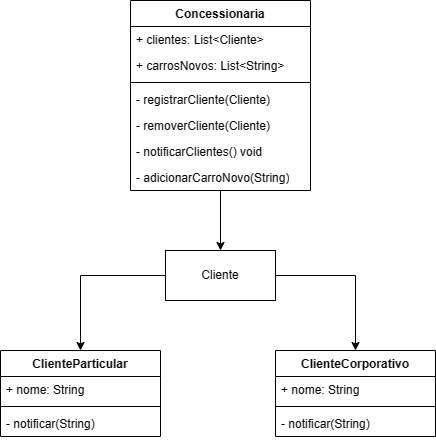
MurilowJr/bertoti keeps this draw.io diagram as padroes-de-projetos/Observer/UML/Observer_UML.drawio.png. Above is the earlier version. Source tidied: cells renumbered, new cells last; positions are measured from the earlier drawing's top-left corner, leaving out a move shared by most shapes.
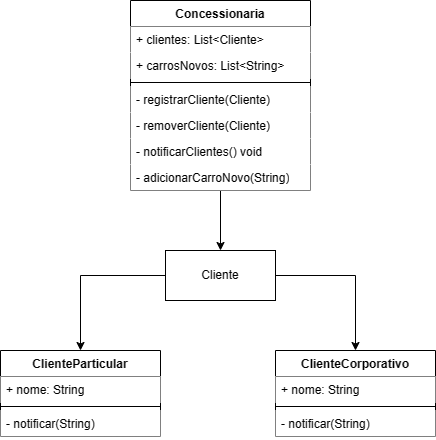
Above is the later version.

Commit message:
Att uml

Change to the diagram source:
```diff
@@ -5,28 +5,28 @@
     <mxCell id="2" style="edgeStyle=orthogonalEdgeStyle;rounded=0;jettySize=auto;html=1;entryX=0.5;entryY=0;entryDx=0;entryDy=0;" parent="1" edge="1" source="3" target="13">
       <mxGeometry relative="1" as="geometry" />
     </mxCell>
-    <mxCell id="3" value="Concessionaria" style="swimlane;fontStyle=1;align=center;verticalAlign=top;horizontal=1;startSize=26;whiteSpace=wrap;html=1;" parent="1" vertex="1">
+    <mxCell id="3" value="Concessionaria" style="swimlane;fontStyle=1;align=center;verticalAlign=top;horizontal=1;startSize=26;whiteSpace=wrap;html=1;fillColor=default;" parent="1" vertex="1">
       <mxGeometry x="130" width="180" height="190" as="geometry" />
     </mxCell>
-    <mxCell id="4" value="+ clientes: List&amp;lt;Cliente&amp;gt;" style="text;strokeColor=none;fillColor=none;align=left;verticalAlign=top;spacingLeft=4;spacingRight=4;overflow=hidden;whiteSpace=wrap;html=1;" parent="3" vertex="1">
+    <mxCell id="4" value="+ clientes: List&amp;lt;Cliente&amp;gt;" style="text;strokeColor=none;fillColor=default;align=left;verticalAlign=top;spacingLeft=4;spacingRight=4;overflow=hidden;whiteSpace=wrap;html=1;" parent="3" vertex="1">
       <mxGeometry y="26" width="180" height="26" as="geometry" />
     </mxCell>
-    <mxCell id="5" value="+ carrosNovos: List&amp;lt;String&amp;gt;" style="text;strokeColor=none;fillColor=none;align=left;verticalAlign=top;spacingLeft=4;spacingRight=4;overflow=hidden;whiteSpace=wrap;html=1;" parent="3" vertex="1">
+    <mxCell id="5" value="+ carrosNovos: List&amp;lt;String&amp;gt;" style="text;strokeColor=none;fillColor=default;align=left;verticalAlign=top;spacingLeft=4;spacingRight=4;overflow=hidden;whiteSpace=wrap;html=1;" parent="3" vertex="1">
       <mxGeometry y="52" width="180" height="26" as="geometry" />
     </mxCell>
-    <mxCell id="6" style="line;strokeWidth=1;fillColor=none;align=left;verticalAlign=middle;spacingTop=-1;spacingLeft=3;spacingRight=3;labelPosition=right;strokeColor=inherit;" parent="3" vertex="1">
+    <mxCell id="6" style="line;strokeWidth=1;fillColor=default;align=left;verticalAlign=middle;spacingTop=-1;spacingLeft=3;spacingRight=3;labelPosition=right;strokeColor=inherit;" parent="3" vertex="1">
       <mxGeometry y="78" width="180" height="8" as="geometry" />
     </mxCell>
-    <mxCell id="7" value="- registrarCliente(Cliente)" style="text;strokeColor=none;fillColor=none;align=left;verticalAlign=top;spacingLeft=4;spacingRight=4;overflow=hidden;whiteSpace=wrap;html=1;" parent="3" vertex="1">
+    <mxCell id="7" value="- registrarCliente(Cliente)" style="text;strokeColor=none;fillColor=default;align=left;verticalAlign=top;spacingLeft=4;spacingRight=4;overflow=hidden;whiteSpace=wrap;html=1;" parent="3" vertex="1">
       <mxGeometry y="86" width="180" height="26" as="geometry" />
     </mxCell>
-    <mxCell id="8" value="- removerCliente(Cliente)" style="text;strokeColor=none;fillColor=none;align=left;verticalAlign=top;spacingLeft=4;spacingRight=4;overflow=hidden;whiteSpace=wrap;html=1;" parent="3" vertex="1">
+    <mxCell id="8" value="- removerCliente(Cliente)" style="text;strokeColor=none;fillColor=default;align=left;verticalAlign=top;spacingLeft=4;spacingRight=4;overflow=hidden;whiteSpace=wrap;html=1;" parent="3" vertex="1">
       <mxGeometry y="112" width="180" height="26" as="geometry" />
     </mxCell>
-    <mxCell id="9" value="- notificarClientes() void" style="text;strokeColor=none;fillColor=none;align=left;verticalAlign=top;spacingLeft=4;spacingRight=4;overflow=hidden;whiteSpace=wrap;html=1;" parent="3" vertex="1">
+    <mxCell id="9" value="- notificarClientes() void" style="text;strokeColor=none;fillColor=default;align=left;verticalAlign=top;spacingLeft=4;spacingRight=4;overflow=hidden;whiteSpace=wrap;html=1;" parent="3" vertex="1">
       <mxGeometry y="138" width="180" height="26" as="geometry" />
     </mxCell>
-    <mxCell id="10" value="- adicionarCarroNovo(String)" style="text;strokeColor=none;fillColor=none;align=left;verticalAlign=top;spacingLeft=4;spacingRight=4;overflow=hidden;whiteSpace=wrap;html=1;" parent="3" vertex="1">
+    <mxCell id="10" value="- adicionarCarroNovo(String)" style="text;strokeColor=none;fillColor=default;align=left;verticalAlign=top;spacingLeft=4;spacingRight=4;overflow=hidden;whiteSpace=wrap;html=1;" parent="3" vertex="1">
       <mxGeometry y="164" width="180" height="26" as="geometry" />
     </mxCell>
     <mxCell id="11" style="edgeStyle=orthogonalEdgeStyle;rounded=0;jettySize=auto;html=1;exitX=0;exitY=0.5;exitDx=0;exitDy=0;entryX=0.5;entryY=0;entryDx=0;entryDy=0;" parent="1" edge="1" source="13" target="14">
@@ -38,28 +38,28 @@
     <mxCell id="13" value="Cliente" style="html=1;whiteSpace=wrap;" parent="1" vertex="1">
       <mxGeometry x="165" y="250" width="110" height="50" as="geometry" />
     </mxCell>
-    <mxCell id="14" value="ClienteParticular" style="swimlane;fontStyle=1;align=center;verticalAlign=top;horizontal=1;startSize=26;whiteSpace=wrap;html=1;" parent="1" vertex="1">
+    <mxCell id="14" value="ClienteParticular" style="swimlane;fontStyle=1;align=center;verticalAlign=top;horizontal=1;startSize=26;whiteSpace=wrap;html=1;fillColor=default;" parent="1" vertex="1">
       <mxGeometry y="350" width="160" height="86" as="geometry" />
     </mxCell>
-    <mxCell id="15" value="+ nome: String" style="text;strokeColor=none;fillColor=none;align=left;verticalAlign=top;spacingLeft=4;spacingRight=4;overflow=hidden;whiteSpace=wrap;html=1;" parent="14" vertex="1">
+    <mxCell id="15" value="+ nome: String" style="text;strokeColor=none;fillColor=default;align=left;verticalAlign=top;spacingLeft=4;spacingRight=4;overflow=hidden;whiteSpace=wrap;html=1;" parent="14" vertex="1">
       <mxGeometry y="26" width="160" height="26" as="geometry" />
     </mxCell>
-    <mxCell id="16" style="line;strokeWidth=1;fillColor=none;align=left;verticalAlign=middle;spacingTop=-1;spacingLeft=3;spacingRight=3;labelPosition=right;strokeColor=inherit;" parent="14" vertex="1">
+    <mxCell id="16" style="line;strokeWidth=1;fillColor=default;align=left;verticalAlign=middle;spacingTop=-1;spacingLeft=3;spacingRight=3;labelPosition=right;strokeColor=inherit;" parent="14" vertex="1">
       <mxGeometry y="52" width="160" height="8" as="geometry" />
     </mxCell>
-    <mxCell id="17" value="- notificar(String)" style="text;strokeColor=none;fillColor=none;align=left;verticalAlign=top;spacingLeft=4;spacingRight=4;overflow=hidden;whiteSpace=wrap;html=1;" parent="14" vertex="1">
+    <mxCell id="17" value="- notificar(String)" style="text;strokeColor=none;fillColor=default;align=left;verticalAlign=top;spacingLeft=4;spacingRight=4;overflow=hidden;whiteSpace=wrap;html=1;" parent="14" vertex="1">
       <mxGeometry y="60" width="160" height="26" as="geometry" />
     </mxCell>
-    <mxCell id="18" value="ClienteCorporativo" style="swimlane;fontStyle=1;align=center;verticalAlign=top;horizontal=1;startSize=26;whiteSpace=wrap;html=1;" parent="1" vertex="1">
+    <mxCell id="18" value="ClienteCorporativo" style="swimlane;fontStyle=1;align=center;verticalAlign=top;horizontal=1;startSize=26;whiteSpace=wrap;html=1;fillColor=default;" parent="1" vertex="1">
       <mxGeometry x="275" y="350" width="160" height="86" as="geometry" />
     </mxCell>
-    <mxCell id="19" value="+ nome: String" style="text;strokeColor=none;fillColor=none;align=left;verticalAlign=top;spacingLeft=4;spacingRight=4;overflow=hidden;whiteSpace=wrap;html=1;" parent="18" vertex="1">
+    <mxCell id="19" value="+ nome: String" style="text;strokeColor=none;fillColor=default;align=left;verticalAlign=top;spacingLeft=4;spacingRight=4;overflow=hidden;whiteSpace=wrap;html=1;" parent="18" vertex="1">
       <mxGeometry y="26" width="160" height="26" as="geometry" />
     </mxCell>
-    <mxCell id="20" style="line;strokeWidth=1;fillColor=none;align=left;verticalAlign=middle;spacingTop=-1;spacingLeft=3;spacingRight=3;labelPosition=right;strokeColor=inherit;" parent="18" vertex="1">
+    <mxCell id="20" style="line;strokeWidth=1;fillColor=default;align=left;verticalAlign=middle;spacingTop=-1;spacingLeft=3;spacingRight=3;labelPosition=right;strokeColor=inherit;" parent="18" vertex="1">
       <mxGeometry y="52" width="160" height="8" as="geometry" />
     </mxCell>
-    <mxCell id="21" value="- notificar(String)" style="text;strokeColor=none;fillColor=none;align=left;verticalAlign=top;spacingLeft=4;spacingRight=4;overflow=hidden;whiteSpace=wrap;html=1;" parent="18" vertex="1">
+    <mxCell id="21" value="- notificar(String)" style="text;strokeColor=none;fillColor=default;align=left;verticalAlign=top;spacingLeft=4;spacingRight=4;overflow=hidden;whiteSpace=wrap;html=1;" parent="18" vertex="1">
       <mxGeometry y="60" width="160" height="26" as="geometry" />
     </mxCell>
   </root>
```
